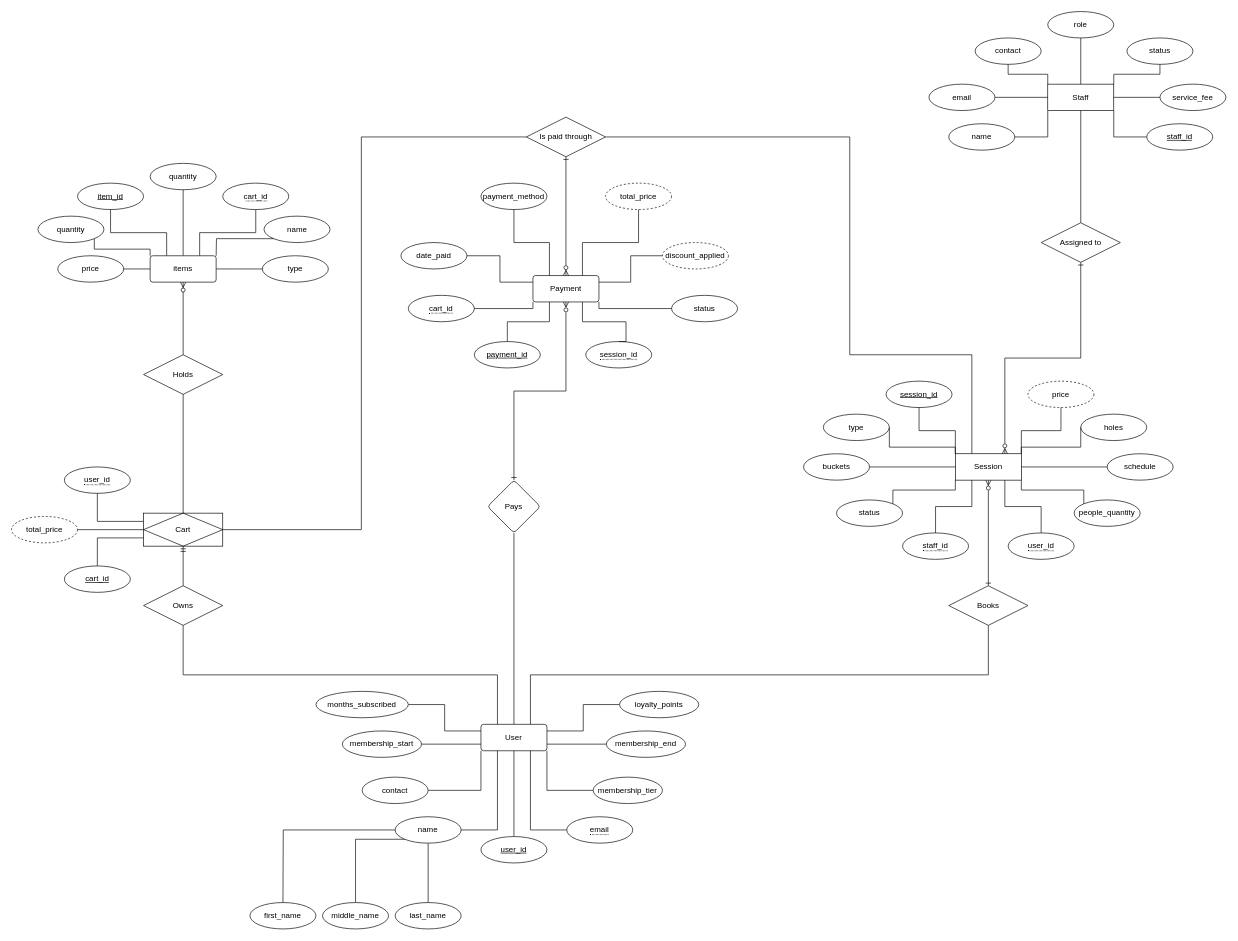
This is golf-chen-notation.drawio from johnllss/INFOM_DB-App_Gr3, a draw.io file, before an edit. Source tidied: cells renumbered, new cells numbered last; positions are measured from the earlier drawing's top-left corner, leaving out a move shared by most shapes. Both pictures are drawn from the tidied source at 66%, with x=0, y=0 at pixel (11, 11).
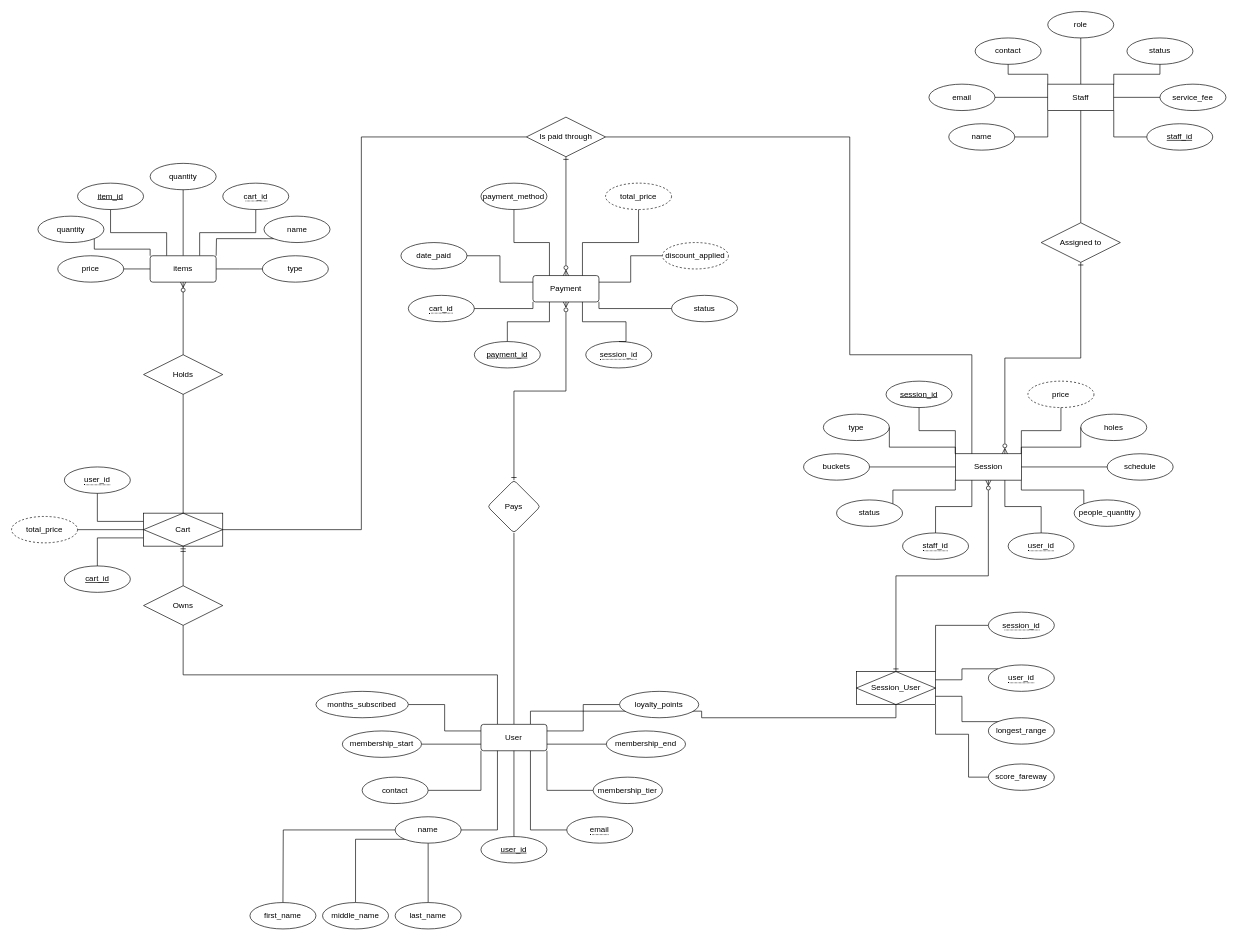
The same diagram, later.

Commit message:
Added Session_User

Unchanged cells that the change refers to:
```xml
<mxCell id="5" value="User" style="rounded=1;arcSize=10;whiteSpace=wrap;html=1;align=center;" parent="1" vertex="1">
  <mxGeometry x="711.2" y="1080" width="100" height="40" as="geometry" />
</mxCell>
<mxCell id="34" value="Session" style="whiteSpace=wrap;html=1;align=center;" parent="1" vertex="1">
  <mxGeometry x="1430" y="670" width="100" height="40" as="geometry" />
</mxCell>
```

The edit, as a diff of the source:
```diff
@@
-    <mxCell id="2" style="edgeStyle=orthogonalEdgeStyle;rounded=0;jettySize=auto;html=1;endArrow=none;endFill=0;exitX=0.75;exitY=0;exitDx=0;exitDy=0;entryX=0.5;entryY=1;entryDx=0;entryDy=0;" parent="1" edge="1" source="5" target="38">
+    <mxCell id="2" style="edgeStyle=orthogonalEdgeStyle;rounded=0;jettySize=auto;html=1;endArrow=none;endFill=0;exitX=0.75;exitY=0;exitDx=0;exitDy=0;entryX=0.5;entryY=1;entryDx=0;entryDy=0;" parent="1" edge="1" source="5" target="122">
       <mxGeometry relative="1" as="geometry" />
     </mxCell>
@@
-    <mxCell id="26" style="edgeStyle=orthogonalEdgeStyle;rounded=0;jettySize=auto;html=1;endArrow=ERzeroToMany;endFill=0;startArrow=ERone;startFill=0;entryX=0.5;entryY=1;entryDx=0;entryDy=0;exitX=0.5;exitY=0;exitDx=0;exitDy=0;" parent="1" edge="1" source="38" target="34">
+    <mxCell id="26" style="edgeStyle=orthogonalEdgeStyle;rounded=0;jettySize=auto;html=1;endArrow=ERzeroToMany;endFill=0;startArrow=ERone;startFill=0;entryX=0.5;entryY=1;entryDx=0;entryDy=0;exitX=0.5;exitY=0;exitDx=0;exitDy=0;" parent="1" edge="1" source="122" target="34">
       <mxGeometry relative="1" as="geometry" />
     </mxCell>
@@
-    <mxCell id="38" value="Books" style="shape=rhombus;perimeter=rhombusPerimeter;whiteSpace=wrap;html=1;align=center;" parent="1" vertex="1">
-      <mxGeometry x="1420" y="870" width="120" height="60" as="geometry" />
-    </mxCell>
@@
+    <mxCell id="121" style="edgeStyle=orthogonalEdgeStyle;rounded=0;jettySize=auto;html=1;entryX=0;entryY=0.5;entryDx=0;entryDy=0;endArrow=none;endFill=0;exitX=1;exitY=1;exitDx=0;exitDy=0;" parent="1" edge="1" source="122" target="127">
+      <mxGeometry relative="1" as="geometry">
+        <Array as="points">
+          <mxPoint x="1400" y="1095" />
+          <mxPoint x="1450" y="1095" />
+          <mxPoint x="1450" y="1160" />
+        </Array>
+      </mxGeometry>
+    </mxCell>
+    <mxCell id="122" value="Session_User" style="shape=associativeEntity;whiteSpace=wrap;html=1;align=center;" parent="1" vertex="1">
+      <mxGeometry x="1280" y="1000" width="120" height="50" as="geometry" />
+    </mxCell>
+    <mxCell id="123" style="edgeStyle=orthogonalEdgeStyle;rounded=0;jettySize=auto;html=1;exitX=0;exitY=0.5;exitDx=0;exitDy=0;entryX=1;entryY=0;entryDx=0;entryDy=0;endArrow=none;endFill=0;" parent="1" edge="1" source="124" target="122">
+      <mxGeometry relative="1" as="geometry" />
+    </mxCell>
+    <mxCell id="124" value="&lt;span style=&quot;border-bottom: 1px dotted&quot;&gt;session_id&lt;/span&gt;" style="ellipse;whiteSpace=wrap;html=1;align=center;" parent="1" vertex="1">
+      <mxGeometry x="1480" y="910" width="100" height="40" as="geometry" />
+    </mxCell>
+    <mxCell id="125" style="edgeStyle=orthogonalEdgeStyle;rounded=0;jettySize=auto;html=1;exitX=0;exitY=0;exitDx=0;exitDy=0;entryX=1;entryY=0.25;entryDx=0;entryDy=0;endArrow=none;endFill=0;" parent="1" edge="1" source="126" target="122">
+      <mxGeometry relative="1" as="geometry" />
+    </mxCell>
+    <mxCell id="126" value="&lt;span style=&quot;border-bottom: 1px dotted&quot;&gt;user_id&lt;/span&gt;" style="ellipse;whiteSpace=wrap;html=1;align=center;" parent="1" vertex="1">
+      <mxGeometry x="1480" y="990" width="100" height="40" as="geometry" />
+    </mxCell>
+    <mxCell id="127" value="score_fareway" style="ellipse;whiteSpace=wrap;html=1;align=center;" parent="1" vertex="1">
+      <mxGeometry x="1480" y="1140" width="100" height="40" as="geometry" />
+    </mxCell>
+    <mxCell id="128" style="edgeStyle=orthogonalEdgeStyle;rounded=0;jettySize=auto;html=1;exitX=1;exitY=0;exitDx=0;exitDy=0;entryX=1;entryY=0.75;entryDx=0;entryDy=0;endArrow=none;endFill=0;" parent="1" edge="1" source="129" target="122">
+      <mxGeometry relative="1" as="geometry" />
+    </mxCell>
+    <mxCell id="129" value="longest_range" style="ellipse;whiteSpace=wrap;html=1;align=center;" parent="1" vertex="1">
+      <mxGeometry x="1480" y="1070" width="100" height="40" as="geometry" />
+    </mxCell>
```
